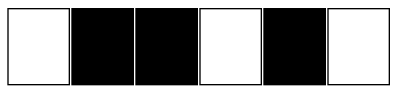
Above: grafica.png in Dgo45921/IPC2_Proyecto1_202003585 (Graphviz), before the change. Its source is kept beside it as grafica.dot.
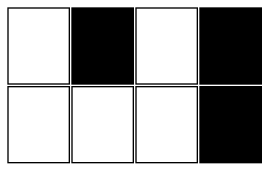
The same diagram one commit later.

Diff of the diagram source:
```diff
@@ -5,9 +5,13 @@
     <TR>
  <TD> </TD>
  <TD BGCOLOR="black"> </TD>
- <TD BGCOLOR="black"> </TD>
  <TD> </TD>
  <TD BGCOLOR="black"> </TD>
+</TR>
+<TR>
  <TD> </TD>
+ <TD> </TD>
+ <TD> </TD>
+ <TD BGCOLOR="black"> </TD>
 </TR>
 </TABLE>>];}
```
